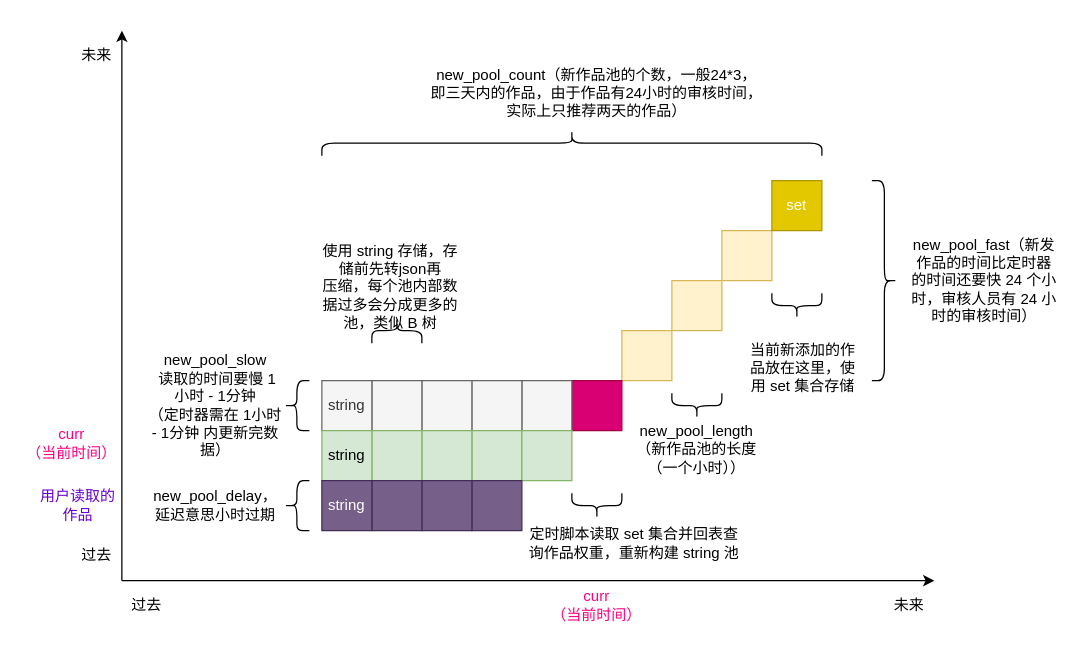
Above: recommend.drawio in hzh-test/diagram (draw.io), before the change. Source tidied: cells renumbered, new cells numbered last; positions are measured from the earlier drawing's top-left corner, leaving out a move shared by most shapes. Both pictures are drawn from the tidied source at 125%, with x=0, y=0 at pixel (21, -108).
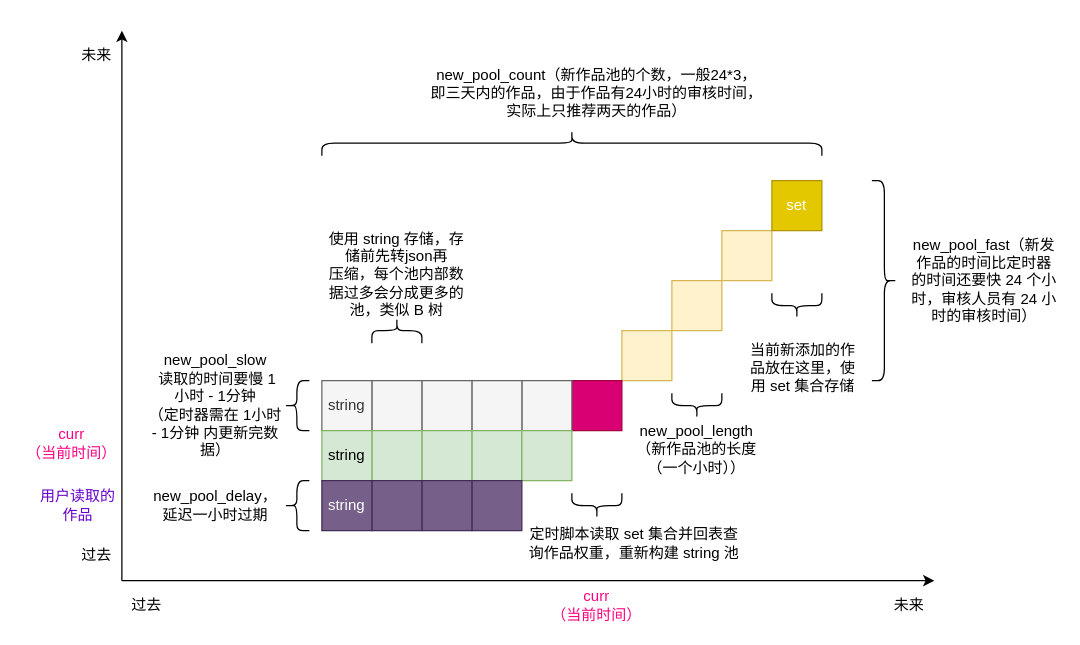
The same page after the edit.

The edit, as a diff of the source:
```diff
@@
     <mxCell id="33" value="使用 string 存储，存储前先转json再&lt;br&gt;压缩，每个池内部数据过多会分成更多的池，类似 B 树" style="text;html=1;strokeColor=none;fillColor=none;align=center;verticalAlign=middle;whiteSpace=wrap;rounded=0;" parent="1" vertex="1">
-      <mxGeometry x="240" y="300" width="110" height="30" as="geometry" />
+      <mxGeometry x="240" y="290" width="120" height="30" as="geometry" />
     </mxCell>
@@
-    <mxCell id="40" value="new_pool_delay，延迟意思小时过期" style="text;html=1;strokeColor=none;fillColor=none;align=center;verticalAlign=middle;whiteSpace=wrap;rounded=0;" parent="1" vertex="1">
+    <mxCell id="40" value="new_pool_delay，延迟一小时过期" style="text;html=1;strokeColor=none;fillColor=none;align=center;verticalAlign=middle;whiteSpace=wrap;rounded=0;" parent="1" vertex="1">
       <mxGeometry x="135" y="480" width="40" height="20" as="geometry" />
     </mxCell>
```
